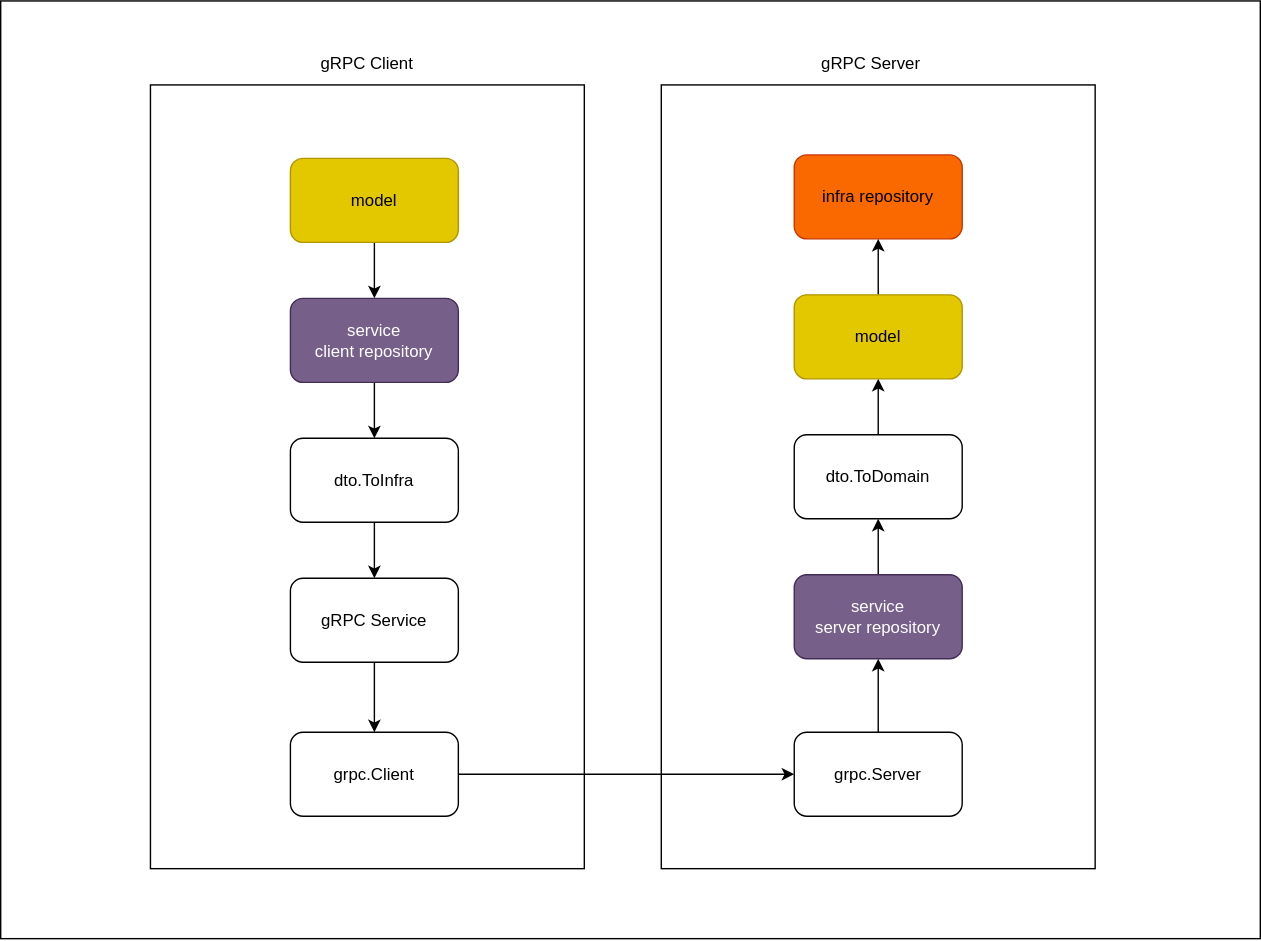
This is docs/graph.drawio.svg from yamagame/s3-grpc-server, a draw.io export, as it was before one commit. Source tidied: cells renumbered, new cells last; positions are measured from the earlier drawing's top-left corner, leaving out a move shared by most shapes.
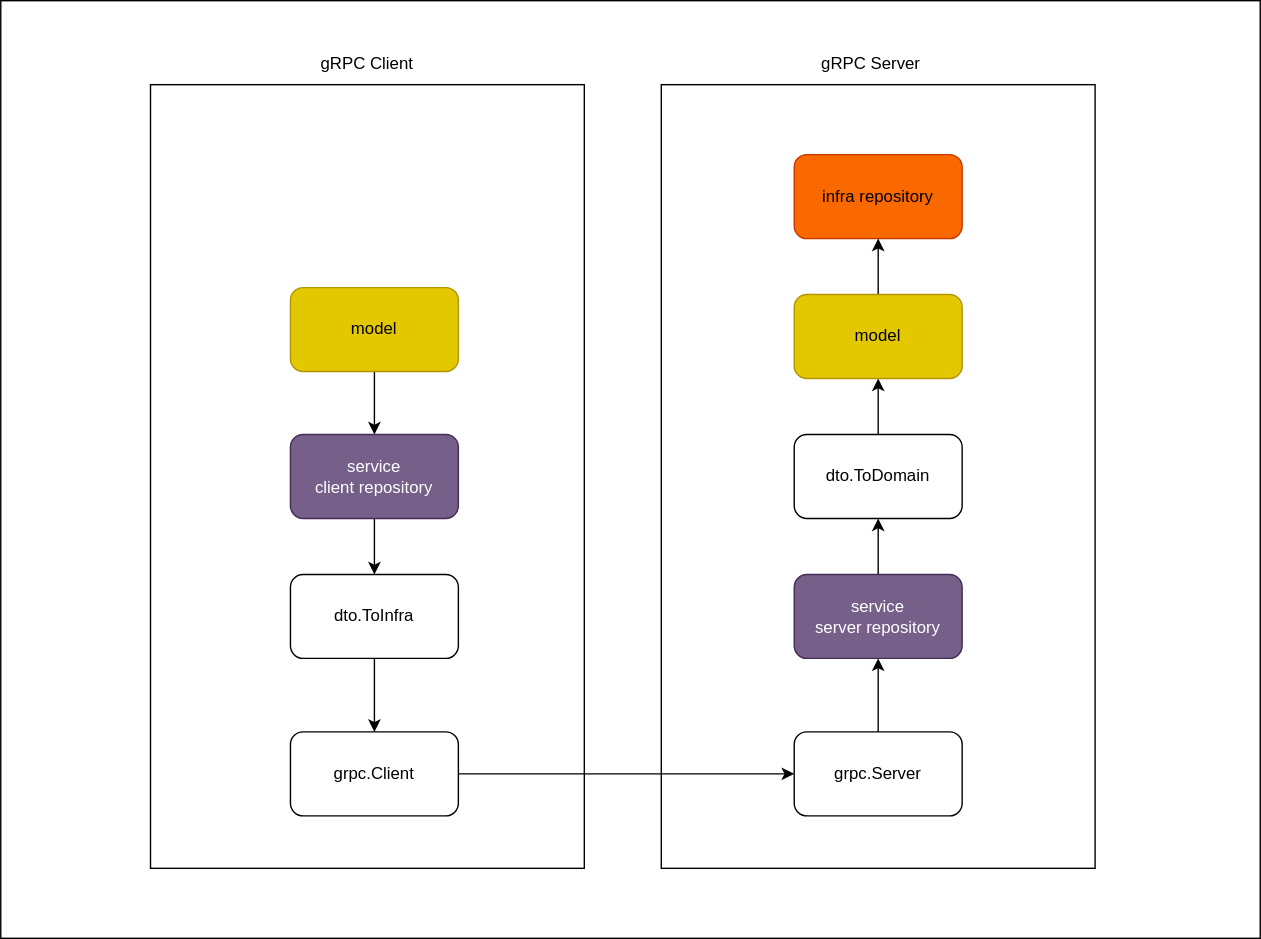
Later version of the same file.

Commit message:
図を見直し

Change to the diagram source:
```diff
@@ -15,19 +15,19 @@
       <mxGeometry relative="1" as="geometry" />
     </mxCell>
     <mxCell id="6" value="model" style="rounded=1;whiteSpace=wrap;html=1;fillColor=#e3c800;strokeColor=#B09500;fontColor=#000000;" parent="1" vertex="1">
-      <mxGeometry x="207" y="112.5" width="120" height="60" as="geometry" />
+      <mxGeometry x="207" y="205" width="120" height="60" as="geometry" />
     </mxCell>
     <mxCell id="7" style="edgeStyle=none;html=1;" parent="1" edge="1" source="8" target="10">
       <mxGeometry relative="1" as="geometry" />
     </mxCell>
     <mxCell id="8" value="service&lt;br&gt;client repository" style="rounded=1;whiteSpace=wrap;html=1;fillColor=#76608a;fontColor=#ffffff;strokeColor=#432D57;" parent="1" vertex="1">
-      <mxGeometry x="207" y="212.5" width="120" height="60" as="geometry" />
+      <mxGeometry x="207" y="310" width="120" height="60" as="geometry" />
     </mxCell>
-    <mxCell id="9" style="edgeStyle=none;html=1;" parent="1" edge="1" source="10" target="23">
-      <mxGeometry relative="1" as="geometry" />
-    </mxCell>
+    <mxCell id="26" style="edgeStyle=none;html=1;entryX=0.5;entryY=0;entryDx=0;entryDy=0;" parent="1" edge="1" source="10" target="14">
+      <mxGeometry relative="1" as="geometry" />
+    </mxCell>
     <mxCell id="10" value="dto.ToInfra" style="rounded=1;whiteSpace=wrap;html=1;" parent="1" vertex="1">
-      <mxGeometry x="207" y="312.5" width="120" height="60" as="geometry" />
+      <mxGeometry x="207" y="410" width="120" height="60" as="geometry" />
     </mxCell>
     <mxCell id="11" style="edgeStyle=none;html=1;" parent="1" edge="1" source="12" target="21">
       <mxGeometry relative="1" as="geometry" />
@@ -62,12 +62,6 @@
     <mxCell id="21" value="model" style="rounded=1;whiteSpace=wrap;html=1;fillColor=#e3c800;fontColor=#000000;strokeColor=#B09500;" parent="1" vertex="1">
       <mxGeometry x="567" y="210" width="120" height="60" as="geometry" />
     </mxCell>
-    <mxCell id="22" style="edgeStyle=none;html=1;" parent="1" edge="1" source="23" target="14">
-      <mxGeometry relative="1" as="geometry" />
-    </mxCell>
-    <mxCell id="23" value="gRPC Service" style="rounded=1;whiteSpace=wrap;html=1;" parent="1" vertex="1">
-      <mxGeometry x="207" y="412.5" width="120" height="60" as="geometry" />
-    </mxCell>
     <mxCell id="24" value="gRPC Client" style="text;html=1;strokeColor=none;fillColor=none;align=center;verticalAlign=middle;whiteSpace=wrap;rounded=0;labelBackgroundColor=none;fontColor=default;" parent="1" vertex="1">
       <mxGeometry x="197" y="30" width="130" height="30" as="geometry" />
     </mxCell>
```
